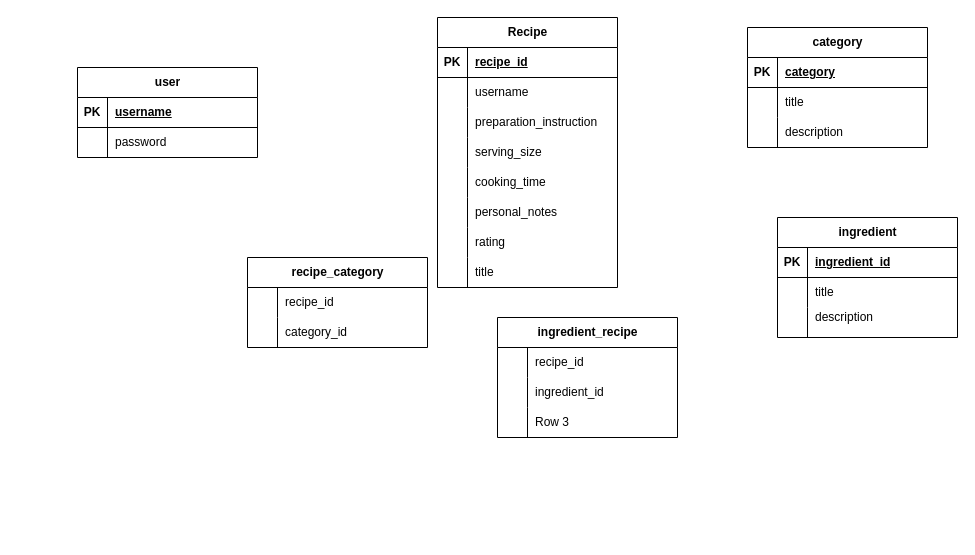
Earlier version of the draw.io diagram extra/flavorai_db.drawio (thebigby10/FlavourAI). Source tidied: cells renumbered, new cells numbered last; positions are measured from the earlier drawing's top-left corner, leaving out a move shared by most shapes. Both pictures are drawn from the tidied source at 100%, with x=0, y=0 at pixel (77, 17).
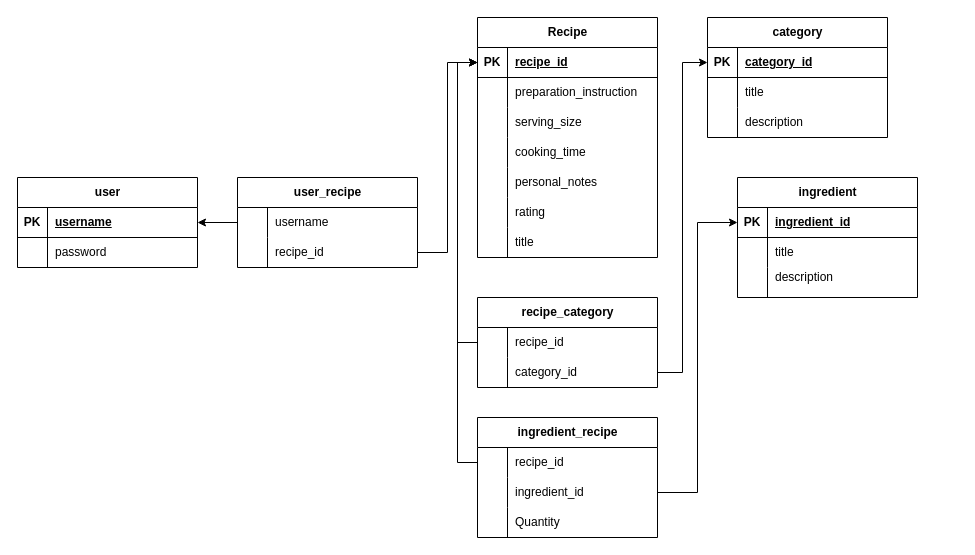
The same page after the edit.

The change refers to these unchanged cells:
```xml
<mxCell id="10" style="shape=tableRow;horizontal=0;startSize=0;swimlaneHead=0;swimlaneBody=0;fillColor=none;points=[[0,0.5],[1,0.5]];portConstraint=eastwest;top=0;left=0;right=0;bottom=1;" parent="9" vertex="1">
  <mxGeometry y="30" width="180" height="30" as="geometry" />
</mxCell>
<mxCell id="35" style="shape=tableRow;horizontal=0;startSize=0;swimlaneHead=0;swimlaneBody=0;fillColor=none;points=[[0,0.5],[1,0.5]];portConstraint=eastwest;top=0;left=0;right=0;bottom=1;" parent="34" vertex="1">
  <mxGeometry y="30" width="180" height="30" as="geometry" />
</mxCell>
<mxCell id="45" style="shape=tableRow;horizontal=0;startSize=0;swimlaneHead=0;swimlaneBody=0;fillColor=none;points=[[0,0.5],[1,0.5]];portConstraint=eastwest;top=0;left=0;right=0;bottom=1;" parent="44" vertex="1">
  <mxGeometry y="30" width="180" height="30" as="geometry" />
</mxCell>
<mxCell id="55" style="shape=tableRow;horizontal=0;startSize=0;swimlaneHead=0;swimlaneBody=0;fillColor=none;points=[[0,0.5],[1,0.5]];portConstraint=eastwest;top=0;left=0;right=0;bottom=0;" parent="54" vertex="1">
  <mxGeometry y="30" width="180" height="30" as="geometry" />
</mxCell>
<mxCell id="58" style="shape=tableRow;horizontal=0;startSize=0;swimlaneHead=0;swimlaneBody=0;fillColor=none;points=[[0,0.5],[1,0.5]];portConstraint=eastwest;top=0;left=0;right=0;bottom=0;" parent="54" vertex="1">
  <mxGeometry y="60" width="180" height="30" as="geometry" />
</mxCell>
<mxCell id="62" style="shape=tableRow;horizontal=0;startSize=0;swimlaneHead=0;swimlaneBody=0;fillColor=none;points=[[0,0.5],[1,0.5]];portConstraint=eastwest;top=0;left=0;right=0;bottom=0;" parent="61" vertex="1">
  <mxGeometry y="30" width="180" height="30" as="geometry" />
</mxCell>
<mxCell id="65" style="shape=tableRow;horizontal=0;startSize=0;swimlaneHead=0;swimlaneBody=0;fillColor=none;points=[[0,0.5],[1,0.5]];portConstraint=eastwest;top=0;left=0;right=0;bottom=0;" parent="61" vertex="1">
  <mxGeometry y="60" width="180" height="30" as="geometry" />
</mxCell>
<mxCell id="68" style="shape=tableRow;horizontal=0;startSize=0;swimlaneHead=0;swimlaneBody=0;fillColor=none;top=0;left=0;right=0;bottom=0;" parent="61" vertex="1">
  <mxGeometry y="90" width="180" height="30" as="geometry" />
</mxCell>
```

Diff of the diagram source:
```diff
@@
     <mxCell id="2" value="user" style="shape=table;startSize=30;childLayout=tableLayout;rowLines=0;fontStyle=1;align=center;html=1;" parent="1" vertex="1">
-      <mxGeometry y="50" width="180" height="90" as="geometry" />
+      <mxGeometry x="-60" y="160" width="180" height="90" as="geometry" />
     </mxCell>
@@
     <mxCell id="9" value="Recipe" style="shape=table;startSize=30;childLayout=tableLayout;rowLines=0;fontStyle=1;align=center;html=1;" parent="1" vertex="1">
-      <mxGeometry x="360" width="180" height="270" as="geometry" />
+      <mxGeometry x="400" width="180" height="240" as="geometry" />
     </mxCell>
@@
-    <mxCell id="13" style="shape=tableRow;horizontal=0;startSize=0;swimlaneHead=0;swimlaneBody=0;fillColor=none;points=[[0,0.5],[1,0.5]];portConstraint=eastwest;top=0;left=0;right=0;bottom=0;" parent="9" vertex="1">
-      <mxGeometry y="60" width="180" height="30" as="geometry" />
-    </mxCell>
-    <mxCell id="14" style="shape=partialRectangle;fillColor=none;top=0;left=0;bottom=0;right=0;overflow=hidden;whiteSpace=wrap;html=1;" parent="13" vertex="1">
-      <mxGeometry width="30" height="30" as="geometry" />
-    </mxCell>
-    <mxCell id="15" value="username" style="shape=partialRectangle;fillColor=none;top=0;left=0;bottom=0;right=0;align=left;spacingLeft=6;overflow=hidden;whiteSpace=wrap;html=1;" parent="13" vertex="1">
-      <mxGeometry x="30" width="150" height="30" as="geometry" />
-    </mxCell>
     <mxCell id="16" style="shape=tableRow;horizontal=0;startSize=0;swimlaneHead=0;swimlaneBody=0;fillColor=none;top=0;left=0;right=0;bottom=0;" parent="9" vertex="1">
-      <mxGeometry y="90" width="180" height="30" as="geometry" />
+      <mxGeometry y="60" width="180" height="30" as="geometry" />
     </mxCell>
@@
     <mxCell id="19" style="shape=tableRow;horizontal=0;startSize=0;swimlaneHead=0;swimlaneBody=0;fillColor=none;top=0;left=0;right=0;bottom=0;" parent="9" vertex="1">
-      <mxGeometry y="120" width="180" height="30" as="geometry" />
+      <mxGeometry y="90" width="180" height="30" as="geometry" />
     </mxCell>
@@
     <mxCell id="22" style="shape=tableRow;horizontal=0;startSize=0;swimlaneHead=0;swimlaneBody=0;fillColor=none;top=0;left=0;right=0;bottom=0;" parent="9" vertex="1">
-      <mxGeometry y="150" width="180" height="30" as="geometry" />
+      <mxGeometry y="120" width="180" height="30" as="geometry" />
     </mxCell>
@@
     <mxCell id="25" style="shape=tableRow;horizontal=0;startSize=0;swimlaneHead=0;swimlaneBody=0;fillColor=none;top=0;left=0;right=0;bottom=0;" parent="9" vertex="1">
-      <mxGeometry y="180" width="180" height="30" as="geometry" />
+      <mxGeometry y="150" width="180" height="30" as="geometry" />
     </mxCell>
@@
     <mxCell id="28" style="shape=tableRow;horizontal=0;startSize=0;swimlaneHead=0;swimlaneBody=0;fillColor=none;top=0;left=0;right=0;bottom=0;" parent="9" vertex="1">
-      <mxGeometry y="210" width="180" height="30" as="geometry" />
+      <mxGeometry y="180" width="180" height="30" as="geometry" />
     </mxCell>
@@
     <mxCell id="31" style="shape=tableRow;horizontal=0;startSize=0;swimlaneHead=0;swimlaneBody=0;fillColor=none;top=0;left=0;right=0;bottom=0;" parent="9" vertex="1">
-      <mxGeometry y="240" width="180" height="30" as="geometry" />
+      <mxGeometry y="210" width="180" height="30" as="geometry" />
     </mxCell>
@@
     <mxCell id="34" value="category" style="shape=table;startSize=30;childLayout=tableLayout;rowLines=0;fontStyle=1;align=center;html=1;" parent="1" vertex="1">
-      <mxGeometry x="670" y="10" width="180" height="120" as="geometry" />
+      <mxGeometry x="630" width="180" height="120" as="geometry" />
     </mxCell>
@@
-    <mxCell id="37" value="category" style="shape=partialRectangle;fillColor=none;top=0;left=0;bottom=0;right=0;align=left;spacingLeft=6;fontStyle=5;overflow=hidden;whiteSpace=wrap;html=1;" parent="35" vertex="1">
+    <mxCell id="37" value="category_id" style="shape=partialRectangle;fillColor=none;top=0;left=0;bottom=0;right=0;align=left;spacingLeft=6;fontStyle=5;overflow=hidden;whiteSpace=wrap;html=1;" parent="35" vertex="1">
       <mxGeometry x="30" width="150" height="30" as="geometry" />
     </mxCell>
@@
     <mxCell id="44" value="ingredient" style="shape=table;startSize=30;childLayout=tableLayout;rowLines=0;fontStyle=1;align=center;html=1;" parent="1" vertex="1">
-      <mxGeometry x="700" y="200" width="180" height="120" as="geometry" />
+      <mxGeometry x="660" y="160" width="180" height="120" as="geometry" />
     </mxCell>
@@
     <mxCell id="54" value="recipe_category" style="shape=table;startSize=30;childLayout=tableLayout;rowLines=0;fontStyle=1;align=center;html=1;" parent="1" vertex="1">
-      <mxGeometry x="170" y="240" width="180" height="90" as="geometry" />
+      <mxGeometry x="400" y="280" width="180" height="90" as="geometry" />
     </mxCell>
@@
     <mxCell id="61" value="ingredient_recipe" style="shape=table;startSize=30;childLayout=tableLayout;rowLines=0;fontStyle=1;align=center;html=1;" parent="1" vertex="1">
-      <mxGeometry x="420" y="300" width="180" height="120" as="geometry" />
+      <mxGeometry x="400" y="400" width="180" height="120" as="geometry" />
     </mxCell>
@@
-    <mxCell id="70" value="Row 3" style="shape=partialRectangle;fillColor=none;top=0;left=0;bottom=0;right=0;align=left;spacingLeft=6;overflow=hidden;whiteSpace=wrap;html=1;" parent="68" vertex="1">
+    <mxCell id="70" value="Quantity" style="shape=partialRectangle;fillColor=none;top=0;left=0;bottom=0;right=0;align=left;spacingLeft=6;overflow=hidden;whiteSpace=wrap;html=1;" parent="68" vertex="1">
       <mxGeometry x="30" width="150" height="30" as="geometry" />
     </mxCell>
+    <mxCell id="71" value="user_recipe" style="shape=table;startSize=30;childLayout=tableLayout;rowLines=0;fontStyle=1;align=center;html=1;" parent="1" vertex="1">
+      <mxGeometry x="160" y="160" width="180" height="90" as="geometry" />
+    </mxCell>
+    <mxCell id="72" style="shape=tableRow;horizontal=0;startSize=0;swimlaneHead=0;swimlaneBody=0;fillColor=none;points=[[0,0.5],[1,0.5]];portConstraint=eastwest;top=0;left=0;right=0;bottom=0;" parent="71" vertex="1">
+      <mxGeometry y="30" width="180" height="30" as="geometry" />
+    </mxCell>
+    <mxCell id="73" style="shape=partialRectangle;fillColor=none;top=0;left=0;bottom=0;right=0;overflow=hidden;whiteSpace=wrap;html=1;" parent="72" vertex="1">
+      <mxGeometry width="30" height="30" as="geometry" />
+    </mxCell>
+    <mxCell id="15" value="username" style="shape=partialRectangle;fillColor=none;top=0;left=0;bottom=0;right=0;align=left;spacingLeft=6;overflow=hidden;whiteSpace=wrap;html=1;" parent="72" vertex="1">
+      <mxGeometry x="30" width="150" height="30" as="geometry" />
+    </mxCell>
+    <mxCell id="13" style="shape=tableRow;horizontal=0;startSize=0;swimlaneHead=0;swimlaneBody=0;fillColor=none;points=[[0,0.5],[1,0.5]];portConstraint=eastwest;top=0;left=0;right=0;bottom=0;" parent="71" vertex="1">
+      <mxGeometry y="60" width="180" height="30" as="geometry" />
+    </mxCell>
+    <mxCell id="74" style="shape=partialRectangle;fillColor=none;top=0;left=0;bottom=0;right=0;overflow=hidden;whiteSpace=wrap;html=1;" parent="13" vertex="1">
+      <mxGeometry width="30" height="30" as="geometry" />
+    </mxCell>
+    <mxCell id="75" value="recipe_id" style="shape=partialRectangle;fillColor=none;top=0;left=0;bottom=0;right=0;align=left;spacingLeft=6;overflow=hidden;whiteSpace=wrap;html=1;" parent="13" vertex="1">
+      <mxGeometry x="30" width="150" height="30" as="geometry" />
+    </mxCell>
+    <mxCell id="76" style="edgeStyle=orthogonalEdgeStyle;rounded=0;jettySize=auto;html=1;exitX=0;exitY=0.5;exitDx=0;exitDy=0;entryX=1;entryY=0.5;entryDx=0;entryDy=0;" parent="1" edge="1" source="72" target="2">
+      <mxGeometry relative="1" as="geometry" />
+    </mxCell>
+    <mxCell id="77" style="edgeStyle=orthogonalEdgeStyle;rounded=0;jettySize=auto;html=1;exitX=1;exitY=0.5;exitDx=0;exitDy=0;entryX=0;entryY=0.5;entryDx=0;entryDy=0;" parent="1" edge="1" source="13" target="10">
+      <mxGeometry relative="1" as="geometry" />
+    </mxCell>
+    <mxCell id="78" style="edgeStyle=orthogonalEdgeStyle;rounded=0;jettySize=auto;html=1;exitX=0;exitY=0.5;exitDx=0;exitDy=0;entryX=0;entryY=0.5;entryDx=0;entryDy=0;" parent="1" edge="1" source="55" target="10">
+      <mxGeometry relative="1" as="geometry" />
+    </mxCell>
+    <mxCell id="79" style="edgeStyle=orthogonalEdgeStyle;rounded=0;jettySize=auto;html=1;exitX=1;exitY=0.5;exitDx=0;exitDy=0;entryX=0;entryY=0.5;entryDx=0;entryDy=0;" parent="1" edge="1" source="58" target="35">
+      <mxGeometry relative="1" as="geometry" />
+    </mxCell>
+    <mxCell id="80" style="edgeStyle=orthogonalEdgeStyle;rounded=0;jettySize=auto;html=1;exitX=0;exitY=0.5;exitDx=0;exitDy=0;entryX=0;entryY=0.5;entryDx=0;entryDy=0;" parent="1" edge="1" source="62" target="10">
+      <mxGeometry relative="1" as="geometry" />
+    </mxCell>
+    <mxCell id="81" style="edgeStyle=orthogonalEdgeStyle;rounded=0;jettySize=auto;html=1;exitX=1;exitY=0.5;exitDx=0;exitDy=0;entryX=0;entryY=0.5;entryDx=0;entryDy=0;" parent="1" edge="1" source="65" target="45">
+      <mxGeometry relative="1" as="geometry" />
+    </mxCell>
```
